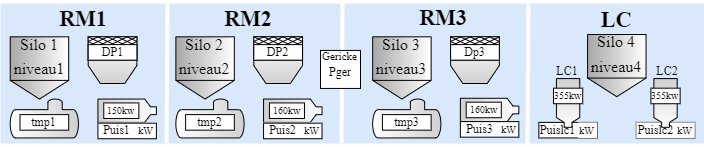
Above: Untitled Diagram.drawio.png in bharatdataabsolute/diagrams (draw.io), before the change. Source tidied: cells renumbered, new cells last; positions are measured from the earlier drawing's top-left corner, leaving out a move shared by most shapes. Its diagram source:
```xml
<mxGraphModel>
  <root>
    <mxCell id="0" />
    <mxCell id="1" parent="0" />
    <mxCell id="2" style="whiteSpace=wrap;html=1;strokeWidth=2;rounded=0;fillColor=none;fontFamily=roboto;fontSource=https%3A%2F%2Ffonts.googleapis.com%2Fcss%3Ffamily%3Droboto;strokeColor=none;" parent="1" vertex="1">
      <mxGeometry x="167.6" y="4" width="175.4" height="140" as="geometry" />
    </mxCell>
    <mxCell id="3" style="whiteSpace=wrap;html=1;strokeWidth=2;rounded=0;fillColor=none;fontFamily=roboto;fontSource=https%3A%2F%2Ffonts.googleapis.com%2Fcss%3Ffamily%3Droboto;strokeColor=none;" parent="1" vertex="1">
      <mxGeometry x="2" y="5" width="165.6" height="140" as="geometry" />
    </mxCell>
    <mxCell id="4" style="group;" parent="1" vertex="1">
      <mxGeometry width="704" height="142" as="geometry" />
    </mxCell>
    <mxCell id="5" style="whiteSpace=wrap;html=1;strokeWidth=5;rounded=0;fillColor=#dae8fc;strokeColor=none;fontFamily=roboto;fontSource=https%3A%2F%2Ffonts.googleapis.com%2Fcss%3Ffamily%3Droboto;" parent="4" vertex="1">
      <mxGeometry y="1" width="526.1" height="140" as="geometry" />
    </mxCell>
    <mxCell id="6" style="endArrow=none;html=1;rounded=0;strokeWidth=4;strokeColor=#FFFFFF;exitX=1;exitY=1;exitDx=0;exitDy=0;" parent="4" edge="1">
      <mxGeometry relative="1" as="geometry">
        <mxPoint x="341" y="140" as="sourcePoint" />
        <mxPoint x="342" as="targetPoint" />
      </mxGeometry>
    </mxCell>
    <mxCell id="7" style="whiteSpace=wrap;html=1;fontFamily=roboto;fontSource=https%3A%2F%2Ffonts.googleapis.com%2Fcss%3Ffamily%3Droboto;" parent="4" vertex="1">
      <mxGeometry x="320" y="47.9" width="40" height="38" as="geometry" />
    </mxCell>
    <mxCell id="8" style="group;fillColor=#dae8fc;strokeColor=none;fontFamily=roboto;fontSource=https%3A%2F%2Ffonts.googleapis.com%2Fcss%3Ffamily%3Droboto;strokeWidth=5;" parent="4" vertex="1">
      <mxGeometry x="528.6" y="1" width="175.4" height="140" as="geometry" />
    </mxCell>
    <mxCell id="9" style="rounded=0;whiteSpace=wrap;html=1;fillColor=none;fontFamily=roboto;fontSource=https%3A%2F%2Ffonts.googleapis.com%2Fcss%3Ffamily%3Droboto;" parent="4" vertex="1">
      <mxGeometry x="635.8" y="119.9" width="58.5" height="15.6" as="geometry" />
    </mxCell>
    <mxCell id="10" value="Puislc1" style="whiteSpace=wrap;html=1;strokeColor=none;fontFamily=roboto;fontSource=https%3A%2F%2Ffonts.googleapis.com%2Fcss%3Ffamily%3Droboto;" parent="4" vertex="1">
      <mxGeometry x="538.4" y="119.9" width="39" height="15.6" as="geometry" />
    </mxCell>
    <mxCell id="11" style="rounded=0;whiteSpace=wrap;html=1;fillColor=none;fontFamily=roboto;fontSource=https%3A%2F%2Ffonts.googleapis.com%2Fcss%3Ffamily%3Droboto;" parent="4" vertex="1">
      <mxGeometry x="538.4" y="119.9" width="58.5" height="15.6" as="geometry" />
    </mxCell>
    <mxCell id="12" style="verticalLabelPosition=bottom;align=center;dashed=0;html=1;verticalAlign=top;shape=mxgraph.pid.misc.bin;gradientColor=#D0D0D0;fontFamily=roboto;fontSource=https%3A%2F%2Ffonts.googleapis.com%2Fcss%3Ffamily%3Droboto;" parent="4" vertex="1">
      <mxGeometry x="450.1" y="34.3" width="48.7" height="46.7" as="geometry" />
    </mxCell>
    <mxCell id="13" style="verticalLabelPosition=bottom;align=center;dashed=0;html=1;verticalAlign=top;shape=mxgraph.pid.misc.filter_2;fontFamily=roboto;fontSource=https%3A%2F%2Ffonts.googleapis.com%2Fcss%3Ffamily%3Droboto;" parent="4" vertex="1">
      <mxGeometry x="450.1" y="34.3" width="48.7" height="23.3" as="geometry" />
    </mxCell>
    <mxCell id="14" style="shape=mxgraph.pid.vessels.tank_(conical_bottom);html=1;align=center;verticalLabelPosition=bottom;verticalAlign=top;dashed=0;gradientColor=#A8A8A8;gradientDirection=west;fontFamily=roboto;fontSource=https%3A%2F%2Ffonts.googleapis.com%2Fcss%3Ffamily%3Droboto;" parent="4" vertex="1">
      <mxGeometry x="372.2" y="34.3" width="58.5" height="62.2" as="geometry" />
    </mxCell>
    <mxCell id="15" value="RM3" style="text;html=1;strokeColor=none;fillColor=none;align=center;verticalAlign=middle;whiteSpace=wrap;rounded=0;fontSize=22;fontStyle=1;fontFamily=roboto;fontSource=https%3A%2F%2Ffonts.googleapis.com%2Fcss%3Ffamily%3Droboto;" parent="4" vertex="1">
      <mxGeometry x="370.2" y="4" width="146.1" height="23.3" as="geometry" />
    </mxCell>
    <mxCell id="16" value="niveau3" style="text;html=1;strokeColor=none;fillColor=none;align=center;verticalAlign=middle;whiteSpace=wrap;rounded=0;fontSize=16;fontFamily=roboto;fontSource=https%3A%2F%2Ffonts.googleapis.com%2Fcss%3Ffamily%3Droboto;" parent="4" vertex="1">
      <mxGeometry x="372.2" y="54.6" width="58.1" height="23.3" as="geometry" />
    </mxCell>
    <mxCell id="17" style="shape=mxgraph.pid.vessels.vessel_(pit);html=1;align=center;verticalLabelPosition=bottom;verticalAlign=top;dashed=0;rotation=-180;gradientColor=#D0D0D0;gradientDirection=west;fontFamily=roboto;fontSource=https%3A%2F%2Ffonts.googleapis.com%2Fcss%3Ffamily%3Droboto;" parent="4" vertex="1">
      <mxGeometry x="372.2" y="96.6" width="68.2" height="38.9" as="geometry" />
    </mxCell>
    <mxCell id="18" value="tmp3" style="whiteSpace=wrap;html=1;fontFamily=roboto;fontSource=https%3A%2F%2Ffonts.googleapis.com%2Fcss%3Ffamily%3Droboto;" parent="4" vertex="1">
      <mxGeometry x="381.9" y="112.1" width="48.7" height="15.6" as="geometry" />
    </mxCell>
    <mxCell id="19" value="Dp3" style="whiteSpace=wrap;html=1;fontFamily=roboto;fontSource=https%3A%2F%2Ffonts.googleapis.com%2Fcss%3Ffamily%3Droboto;" parent="4" vertex="1">
      <mxGeometry x="450.1" y="42.1" width="48.7" height="15.6" as="geometry" />
    </mxCell>
    <mxCell id="20" value="Silo 3" style="text;html=1;strokeColor=none;fillColor=none;align=center;verticalAlign=middle;whiteSpace=wrap;rounded=0;fontSize=16;fontFamily=roboto;fontSource=https%3A%2F%2Ffonts.googleapis.com%2Fcss%3Ffamily%3Droboto;" parent="4" vertex="1">
      <mxGeometry x="372.2" y="33.6" width="58.1" height="16.3" as="geometry" />
    </mxCell>
    <mxCell id="21" style="verticalLabelPosition=bottom;align=center;dashed=0;html=1;verticalAlign=top;shape=mxgraph.pid.misc.bin;gradientColor=#D0D0D0;fontFamily=roboto;fontSource=https%3A%2F%2Ffonts.googleapis.com%2Fcss%3Ffamily%3Droboto;" parent="4" vertex="1">
      <mxGeometry x="253.3" y="34.3" width="48.7" height="46.7" as="geometry" />
    </mxCell>
    <mxCell id="22" style="verticalLabelPosition=bottom;align=center;dashed=0;html=1;verticalAlign=top;shape=mxgraph.pid.misc.filter_2;fontFamily=roboto;fontSource=https%3A%2F%2Ffonts.googleapis.com%2Fcss%3Ffamily%3Droboto;" parent="4" vertex="1">
      <mxGeometry x="253.3" y="34.3" width="48.7" height="23.3" as="geometry" />
    </mxCell>
    <mxCell id="23" style="shape=mxgraph.pid.vessels.tank_(conical_bottom);html=1;align=center;verticalLabelPosition=bottom;verticalAlign=top;dashed=0;gradientColor=#A8A8A8;gradientDirection=west;fontFamily=roboto;fontSource=https%3A%2F%2Ffonts.googleapis.com%2Fcss%3Ffamily%3Droboto;" parent="4" vertex="1">
      <mxGeometry x="175.4" y="34.3" width="58.5" height="62.2" as="geometry" />
    </mxCell>
    <mxCell id="24" value="RM2" style="text;html=1;strokeColor=none;fillColor=none;align=center;verticalAlign=middle;whiteSpace=wrap;rounded=0;fontSize=22;fontStyle=1;fontFamily=roboto;fontSource=https%3A%2F%2Ffonts.googleapis.com%2Fcss%3Ffamily%3Droboto;" parent="4" vertex="1">
      <mxGeometry x="175.4" y="5" width="146.1" height="23.3" as="geometry" />
    </mxCell>
    <mxCell id="25" value="niveau2" style="text;html=1;strokeColor=none;fillColor=none;align=center;verticalAlign=middle;whiteSpace=wrap;rounded=0;fontSize=16;fontFamily=roboto;fontSource=https%3A%2F%2Ffonts.googleapis.com%2Fcss%3Ffamily%3Droboto;" parent="4" vertex="1">
      <mxGeometry x="175.4" y="54.6" width="58.1" height="23.3" as="geometry" />
    </mxCell>
    <mxCell id="26" style="shape=mxgraph.pid.vessels.vessel_(pit);html=1;align=center;verticalLabelPosition=bottom;verticalAlign=top;dashed=0;rotation=-180;gradientColor=#D0D0D0;gradientDirection=west;fontFamily=roboto;fontSource=https%3A%2F%2Ffonts.googleapis.com%2Fcss%3Ffamily%3Droboto;" parent="4" vertex="1">
      <mxGeometry x="175.4" y="96.6" width="68.2" height="38.9" as="geometry" />
    </mxCell>
    <mxCell id="27" value="tmp2" style="whiteSpace=wrap;html=1;fontFamily=roboto;fontSource=https%3A%2F%2Ffonts.googleapis.com%2Fcss%3Ffamily%3Droboto;" parent="4" vertex="1">
      <mxGeometry x="185.1" y="112.1" width="48.7" height="15.6" as="geometry" />
    </mxCell>
    <mxCell id="28" value="DP2" style="whiteSpace=wrap;html=1;fontFamily=roboto;fontSource=https%3A%2F%2Ffonts.googleapis.com%2Fcss%3Ffamily%3Droboto;" parent="4" vertex="1">
      <mxGeometry x="253.3" y="42.1" width="48.7" height="15.6" as="geometry" />
    </mxCell>
    <mxCell id="29" value="Silo 2" style="text;html=1;strokeColor=none;fillColor=none;align=center;verticalAlign=middle;whiteSpace=wrap;rounded=0;fontSize=16;fontFamily=roboto;fontSource=https%3A%2F%2Ffonts.googleapis.com%2Fcss%3Ffamily%3Droboto;" parent="4" vertex="1">
      <mxGeometry x="175.4" y="33.6" width="58.1" height="16.3" as="geometry" />
    </mxCell>
    <mxCell id="30" style="verticalLabelPosition=bottom;align=center;dashed=0;html=1;verticalAlign=top;shape=mxgraph.pid.misc.bin;gradientColor=#D0D0D0;fontFamily=roboto;fontSource=https%3A%2F%2Ffonts.googleapis.com%2Fcss%3Ffamily%3Droboto;" parent="4" vertex="1">
      <mxGeometry x="87.7" y="34.3" width="48.7" height="46.7" as="geometry" />
    </mxCell>
    <mxCell id="31" style="verticalLabelPosition=bottom;align=center;dashed=0;html=1;verticalAlign=top;shape=mxgraph.pid.misc.filter_2;fontFamily=roboto;fontSource=https%3A%2F%2Ffonts.googleapis.com%2Fcss%3Ffamily%3Droboto;" parent="4" vertex="1">
      <mxGeometry x="87.7" y="34.3" width="48.7" height="23.3" as="geometry" />
    </mxCell>
    <mxCell id="32" style="shape=mxgraph.pid.vessels.tank_(conical_bottom);html=1;align=center;verticalLabelPosition=bottom;verticalAlign=top;dashed=0;gradientColor=#A8A8A8;gradientDirection=west;fontFamily=roboto;fontSource=https%3A%2F%2Ffonts.googleapis.com%2Fcss%3Ffamily%3Droboto;" parent="4" vertex="1">
      <mxGeometry x="9.7" y="34.3" width="58.5" height="62.2" as="geometry" />
    </mxCell>
    <mxCell id="33" value="RM1" style="text;html=1;strokeColor=none;fillColor=none;align=center;verticalAlign=middle;whiteSpace=wrap;rounded=0;fontSize=22;fontStyle=1;fontFamily=roboto;fontSource=https%3A%2F%2Ffonts.googleapis.com%2Fcss%3Ffamily%3Droboto;" parent="4" vertex="1">
      <mxGeometry x="9.7" y="5" width="146.1" height="23.3" as="geometry" />
    </mxCell>
    <mxCell id="34" value="niveau1" style="text;html=1;strokeColor=none;fillColor=none;align=center;verticalAlign=middle;whiteSpace=wrap;rounded=0;fontSize=16;fontFamily=roboto;fontSource=https%3A%2F%2Ffonts.googleapis.com%2Fcss%3Ffamily%3Droboto;" parent="4" vertex="1">
      <mxGeometry x="9.7" y="54.6" width="58.1" height="23.3" as="geometry" />
    </mxCell>
    <mxCell id="35" style="shape=mxgraph.pid.vessels.vessel_(pit);html=1;align=center;verticalLabelPosition=bottom;verticalAlign=top;dashed=0;rotation=-180;gradientColor=#D0D0D0;gradientDirection=west;fontFamily=roboto;fontSource=https%3A%2F%2Ffonts.googleapis.com%2Fcss%3Ffamily%3Droboto;" parent="4" vertex="1">
      <mxGeometry x="9.7" y="96.6" width="68.2" height="38.9" as="geometry" />
    </mxCell>
    <mxCell id="36" value="tmp1" style="whiteSpace=wrap;html=1;fontFamily=roboto;fontSource=https%3A%2F%2Ffonts.googleapis.com%2Fcss%3Ffamily%3Droboto;" parent="4" vertex="1">
      <mxGeometry x="19.5" y="112.1" width="48.7" height="15.6" as="geometry" />
    </mxCell>
    <mxCell id="37" value="DP1" style="whiteSpace=wrap;html=1;fontFamily=roboto;fontSource=https%3A%2F%2Ffonts.googleapis.com%2Fcss%3Ffamily%3Droboto;" parent="4" vertex="1">
      <mxGeometry x="87.7" y="42.1" width="48.7" height="15.6" as="geometry" />
    </mxCell>
    <mxCell id="38" value="Silo 1" style="text;html=1;strokeColor=none;fillColor=none;align=center;verticalAlign=middle;whiteSpace=wrap;rounded=0;fontSize=16;fontFamily=roboto;fontSource=https%3A%2F%2Ffonts.googleapis.com%2Fcss%3Ffamily%3Droboto;" parent="4" vertex="1">
      <mxGeometry x="9.7" y="33.6" width="58.1" height="16.3" as="geometry" />
    </mxCell>
    <mxCell id="39" style="shape=mxgraph.pid.shaping_machines.shaping_machine_(horizontal);html=1;align=center;verticalLabelPosition=bottom;verticalAlign=top;dashed=0;gradientColor=#D0D0D0;gradientDirection=west;fontFamily=roboto;fontSource=https%3A%2F%2Ffonts.googleapis.com%2Fcss%3Ffamily%3Droboto;" parent="4" vertex="1">
      <mxGeometry x="97.4" y="96.6" width="58.5" height="23.3" as="geometry" />
    </mxCell>
    <mxCell id="40" value="150kw" style="whiteSpace=wrap;html=1;fontSize=10;fontFamily=roboto;fontSource=https%3A%2F%2Ffonts.googleapis.com%2Fcss%3Ffamily%3Droboto;" parent="4" vertex="1">
      <mxGeometry x="103.3" y="100.4" width="35.1" height="15.6" as="geometry" />
    </mxCell>
    <mxCell id="41" value="Puis1" style="whiteSpace=wrap;html=1;strokeColor=none;fontFamily=roboto;fontSource=https%3A%2F%2Ffonts.googleapis.com%2Fcss%3Ffamily%3Droboto;" parent="4" vertex="1">
      <mxGeometry x="97.4" y="119.9" width="39" height="15.6" as="geometry" />
    </mxCell>
    <mxCell id="42" value="kW" style="whiteSpace=wrap;html=1;strokeColor=none;fontSize=10;fontFamily=roboto;fontSource=https%3A%2F%2Ffonts.googleapis.com%2Fcss%3Ffamily%3Droboto;" parent="4" vertex="1">
      <mxGeometry x="136.4" y="119.9" width="19.5" height="15.6" as="geometry" />
    </mxCell>
    <mxCell id="43" style="rounded=0;whiteSpace=wrap;html=1;fillColor=none;fontFamily=roboto;fontSource=https%3A%2F%2Ffonts.googleapis.com%2Fcss%3Ffamily%3Droboto;" parent="4" vertex="1">
      <mxGeometry x="97.4" y="120.7" width="58.5" height="15.6" as="geometry" />
    </mxCell>
    <mxCell id="44" style="shape=mxgraph.pid.shaping_machines.shaping_machine_(horizontal);html=1;align=center;verticalLabelPosition=bottom;verticalAlign=top;dashed=0;gradientColor=#D0D0D0;gradientDirection=west;fontFamily=roboto;fontSource=https%3A%2F%2Ffonts.googleapis.com%2Fcss%3Ffamily%3Droboto;" parent="4" vertex="1">
      <mxGeometry x="459.9" y="95.8" width="58.5" height="23.3" as="geometry" />
    </mxCell>
    <mxCell id="45" value="160kw" style="whiteSpace=wrap;html=1;fontSize=10;fontFamily=roboto;fontSource=https%3A%2F%2Ffonts.googleapis.com%2Fcss%3Ffamily%3Droboto;" parent="4" vertex="1">
      <mxGeometry x="465.7" y="99.7" width="35.1" height="15.6" as="geometry" />
    </mxCell>
    <mxCell id="46" value="Puis3" style="whiteSpace=wrap;html=1;strokeColor=none;fontFamily=roboto;fontSource=https%3A%2F%2Ffonts.googleapis.com%2Fcss%3Ffamily%3Droboto;" parent="4" vertex="1">
      <mxGeometry x="459.9" y="119.1" width="39" height="15.6" as="geometry" />
    </mxCell>
    <mxCell id="47" value="kW" style="whiteSpace=wrap;html=1;strokeColor=none;fontSize=10;fontFamily=roboto;fontSource=https%3A%2F%2Ffonts.googleapis.com%2Fcss%3Ffamily%3Droboto;" parent="4" vertex="1">
      <mxGeometry x="498.8" y="119.1" width="19.5" height="15.6" as="geometry" />
    </mxCell>
    <mxCell id="48" style="rounded=0;whiteSpace=wrap;html=1;fillColor=none;fontFamily=roboto;fontSource=https%3A%2F%2Ffonts.googleapis.com%2Fcss%3Ffamily%3Droboto;" parent="4" vertex="1">
      <mxGeometry x="459.9" y="119.1" width="58.5" height="15.6" as="geometry" />
    </mxCell>
    <mxCell id="49" style="shape=mxgraph.pid.shaping_machines.shaping_machine_(horizontal);html=1;align=center;verticalLabelPosition=bottom;verticalAlign=top;dashed=0;gradientColor=#D0D0D0;gradientDirection=west;fontFamily=roboto;fontSource=https%3A%2F%2Ffonts.googleapis.com%2Fcss%3Ffamily%3Droboto;" parent="4" vertex="1">
      <mxGeometry x="263.1" y="96.6" width="58.5" height="23.3" as="geometry" />
    </mxCell>
    <mxCell id="50" value="160kw" style="whiteSpace=wrap;html=1;fontSize=10;fontFamily=roboto;fontSource=https%3A%2F%2Ffonts.googleapis.com%2Fcss%3Ffamily%3Droboto;" parent="4" vertex="1">
      <mxGeometry x="268.9" y="100.4" width="35.1" height="15.6" as="geometry" />
    </mxCell>
    <mxCell id="51" value="Puis2" style="whiteSpace=wrap;html=1;strokeColor=none;fontFamily=roboto;fontSource=https%3A%2F%2Ffonts.googleapis.com%2Fcss%3Ffamily%3Droboto;" parent="4" vertex="1">
      <mxGeometry x="263.1" y="119.9" width="39" height="15.6" as="geometry" />
    </mxCell>
    <mxCell id="52" value="kW" style="whiteSpace=wrap;html=1;strokeColor=none;fontSize=10;fontFamily=roboto;fontSource=https%3A%2F%2Ffonts.googleapis.com%2Fcss%3Ffamily%3Droboto;" parent="4" vertex="1">
      <mxGeometry x="302" y="119.9" width="19.5" height="15.6" as="geometry" />
    </mxCell>
    <mxCell id="53" style="rounded=0;whiteSpace=wrap;html=1;fillColor=none;fontFamily=roboto;fontSource=https%3A%2F%2Ffonts.googleapis.com%2Fcss%3Ffamily%3Droboto;" parent="4" vertex="1">
      <mxGeometry x="263.1" y="120.7" width="58.5" height="15.6" as="geometry" />
    </mxCell>
    <mxCell id="54" style="whiteSpace=wrap;html=1;strokeColor=none;fillColor=none;fontFamily=roboto;fontSource=https%3A%2F%2Ffonts.googleapis.com%2Fcss%3Ffamily%3Droboto;" parent="4" vertex="1">
      <mxGeometry x="314.7" y="42.1" width="45.3" height="45.3" as="geometry" />
    </mxCell>
    <mxCell id="55" value="Gericke" style="text;html=1;strokeColor=none;fillColor=none;align=center;verticalAlign=middle;whiteSpace=wrap;rounded=0;fontSize=11;fontFamily=roboto;fontSource=https%3A%2F%2Ffonts.googleapis.com%2Fcss%3Ffamily%3Droboto;" parent="4" vertex="1">
      <mxGeometry x="320.1" y="50" width="39" height="8.2" as="geometry" />
    </mxCell>
    <mxCell id="56" value="Pger" style="whiteSpace=wrap;html=1;strokeColor=none;fontFamily=roboto;fontSource=https%3A%2F%2Ffonts.googleapis.com%2Fcss%3Ffamily%3Droboto;" parent="4" vertex="1">
      <mxGeometry x="321.4" y="62.4" width="38" height="15.6" as="geometry" />
    </mxCell>
    <mxCell id="57" style="shape=mxgraph.pid.vessels.tank_(conical_bottom);html=1;align=center;verticalLabelPosition=bottom;verticalAlign=top;dashed=0;gradientColor=#A8A8A8;gradientDirection=west;fontFamily=roboto;fontSource=https%3A%2F%2Ffonts.googleapis.com%2Fcss%3Ffamily%3Droboto;" parent="4" vertex="1">
      <mxGeometry x="587.1" y="32" width="58.5" height="62.2" as="geometry" />
    </mxCell>
    <mxCell id="58" value="niveau4" style="text;html=1;strokeColor=none;fillColor=none;align=center;verticalAlign=middle;whiteSpace=wrap;rounded=0;fontSize=16;fontFamily=roboto;fontSource=https%3A%2F%2Ffonts.googleapis.com%2Fcss%3Ffamily%3Droboto;" parent="4" vertex="1">
      <mxGeometry x="587.1" y="52.2" width="58.1" height="23.3" as="geometry" />
    </mxCell>
    <mxCell id="59" value="Silo 4" style="text;html=1;strokeColor=none;fillColor=none;align=center;verticalAlign=middle;whiteSpace=wrap;rounded=0;fontSize=16;fontFamily=roboto;fontSource=https%3A%2F%2Ffonts.googleapis.com%2Fcss%3Ffamily%3Droboto;" parent="4" vertex="1">
      <mxGeometry x="587.1" y="31.2" width="58.1" height="16.3" as="geometry" />
    </mxCell>
    <mxCell id="60" value="LC2" style="text;html=1;strokeColor=none;fillColor=none;align=center;verticalAlign=middle;whiteSpace=wrap;rounded=0;fontFamily=roboto;fontSource=https%3A%2F%2Ffonts.googleapis.com%2Fcss%3Ffamily%3Droboto;" parent="4" vertex="1">
      <mxGeometry x="637.7" y="57.7" width="58.5" height="23.3" as="geometry" />
    </mxCell>
    <mxCell id="61" value="kW" style="whiteSpace=wrap;html=1;strokeColor=none;fontSize=10;fontFamily=roboto;fontSource=https%3A%2F%2Ffonts.googleapis.com%2Fcss%3Ffamily%3Droboto;" parent="4" vertex="1">
      <mxGeometry x="674.8" y="119.9" width="19.5" height="15.6" as="geometry" />
    </mxCell>
    <mxCell id="62" value="Puislc2" style="whiteSpace=wrap;html=1;strokeColor=none;fontFamily=roboto;fontSource=https%3A%2F%2Ffonts.googleapis.com%2Fcss%3Ffamily%3Droboto;" parent="4" vertex="1">
      <mxGeometry x="635.8" y="119.9" width="39" height="15.6" as="geometry" />
    </mxCell>
    <mxCell id="63" style="shape=mxgraph.pid.shaping_machines.shaping_machine_(horizontal);html=1;align=center;verticalLabelPosition=bottom;verticalAlign=top;dashed=0;gradientColor=#D0D0D0;gradientDirection=west;rotation=90;fontFamily=roboto;fontSource=https%3A%2F%2Ffonts.googleapis.com%2Fcss%3Ffamily%3Droboto;" parent="4" vertex="1">
      <mxGeometry x="640.7" y="88.8" width="48.7" height="23.3" as="geometry" />
    </mxCell>
    <mxCell id="64" value="&lt;font style=&quot;font-size: 10px;&quot;&gt;355kw&lt;/font&gt;" style="whiteSpace=wrap;html=1;fontSize=8;fontFamily=roboto;fontSource=https%3A%2F%2Ffonts.googleapis.com%2Fcss%3Ffamily%3Droboto;" parent="4" vertex="1">
      <mxGeometry x="650.4" y="85.7" width="29.2" height="15.6" as="geometry" />
    </mxCell>
    <mxCell id="65" value="LC1" style="text;html=1;strokeColor=none;fillColor=none;align=center;verticalAlign=middle;whiteSpace=wrap;rounded=0;fontFamily=roboto;fontSource=https%3A%2F%2Ffonts.googleapis.com%2Fcss%3Ffamily%3Droboto;" parent="4" vertex="1">
      <mxGeometry x="538.4" y="57.7" width="58.5" height="23.3" as="geometry" />
    </mxCell>
    <mxCell id="66" value="kW" style="whiteSpace=wrap;html=1;strokeColor=none;fontSize=10;fontFamily=roboto;fontSource=https%3A%2F%2Ffonts.googleapis.com%2Fcss%3Ffamily%3Droboto;" parent="4" vertex="1">
      <mxGeometry x="577.3" y="119.9" width="19.5" height="15.6" as="geometry" />
    </mxCell>
    <mxCell id="67" style="shape=mxgraph.pid.shaping_machines.shaping_machine_(horizontal);html=1;align=center;verticalLabelPosition=bottom;verticalAlign=top;dashed=0;gradientColor=#D0D0D0;gradientDirection=west;rotation=90;fontFamily=roboto;fontSource=https%3A%2F%2Ffonts.googleapis.com%2Fcss%3Ffamily%3Droboto;" parent="4" vertex="1">
      <mxGeometry x="543.2" y="88.8" width="48.7" height="23.3" as="geometry" />
    </mxCell>
    <mxCell id="68" value="&lt;font style=&quot;font-size: 10px;&quot;&gt;355kw&lt;/font&gt;" style="whiteSpace=wrap;html=1;fontSize=8;fontFamily=roboto;fontSource=https%3A%2F%2Ffonts.googleapis.com%2Fcss%3Ffamily%3Droboto;" parent="4" vertex="1">
      <mxGeometry x="553" y="85.7" width="29.2" height="15.6" as="geometry" />
    </mxCell>
    <mxCell id="69" style="endArrow=none;html=1;rounded=0;strokeWidth=4;strokeColor=#FFFFFF;exitX=1;exitY=1;exitDx=0;exitDy=0;" parent="4" edge="1">
      <mxGeometry relative="1" as="geometry">
        <mxPoint x="166" y="141" as="sourcePoint" />
        <mxPoint x="167" y="1" as="targetPoint" />
      </mxGeometry>
    </mxCell>
    <mxCell id="70" style="endArrow=none;html=1;rounded=0;strokeWidth=4;strokeColor=#FFFFFF;exitX=1;exitY=1;exitDx=0;exitDy=0;" parent="4" edge="1">
      <mxGeometry relative="1" as="geometry">
        <mxPoint x="527" y="142" as="sourcePoint" />
        <mxPoint x="528" y="2" as="targetPoint" />
      </mxGeometry>
    </mxCell>
    <mxCell id="71" value="LC" style="text;html=1;strokeColor=none;fillColor=none;align=center;verticalAlign=middle;whiteSpace=wrap;rounded=0;fontSize=22;fontStyle=1;fontFamily=roboto;fontSource=https%3A%2F%2Ffonts.googleapis.com%2Fcss%3Ffamily%3Droboto;" parent="1" vertex="1">
      <mxGeometry x="543.2" y="6" width="146.1" height="23.3" as="geometry" />
    </mxCell>
  </root>
</mxGraphModel>
```
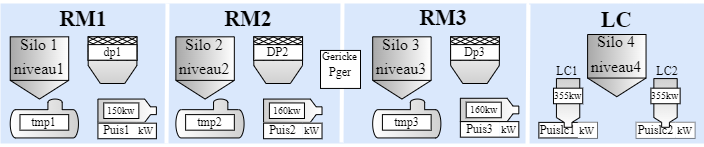
The same diagram one commit later.

Diff of the diagram source:
```diff
@@ -110,7 +110,7 @@
     <mxCell id="36" value="tmp1" style="whiteSpace=wrap;html=1;fontFamily=roboto;fontSource=https%3A%2F%2Ffonts.googleapis.com%2Fcss%3Ffamily%3Droboto;" parent="4" vertex="1">
       <mxGeometry x="19.5" y="112.1" width="48.7" height="15.6" as="geometry" />
     </mxCell>
-    <mxCell id="37" value="DP1" style="whiteSpace=wrap;html=1;fontFamily=roboto;fontSource=https%3A%2F%2Ffonts.googleapis.com%2Fcss%3Ffamily%3Droboto;" parent="4" vertex="1">
+    <mxCell id="37" value="dp1" style="whiteSpace=wrap;html=1;fontFamily=roboto;fontSource=https%3A%2F%2Ffonts.googleapis.com%2Fcss%3Ffamily%3Droboto;" parent="4" vertex="1">
       <mxGeometry x="87.7" y="42.1" width="48.7" height="15.6" as="geometry" />
     </mxCell>
     <mxCell id="38" value="Silo 1" style="text;html=1;strokeColor=none;fillColor=none;align=center;verticalAlign=middle;whiteSpace=wrap;rounded=0;fontSize=16;fontFamily=roboto;fontSource=https%3A%2F%2Ffonts.googleapis.com%2Fcss%3Ffamily%3Droboto;" parent="4" vertex="1">
```
